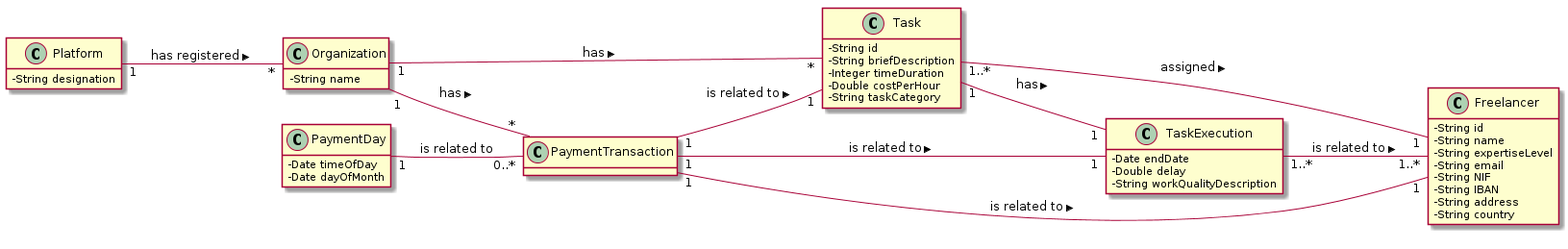
pedrolemos4/LAPR2 keeps this PlantUML diagram as docs/UC10 - Notify delayed freelancers (automatically)/UC10_MD.png. Above is the earlier version.
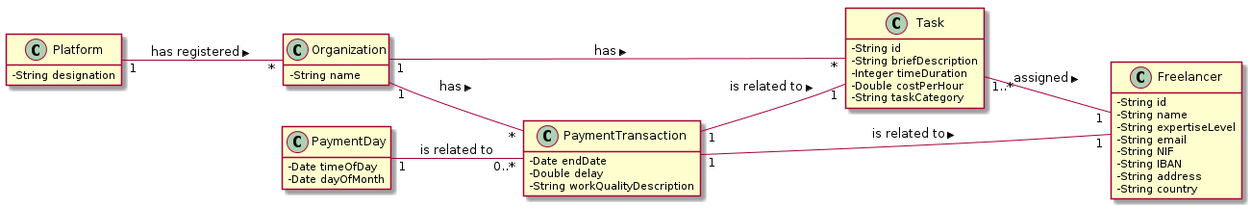
The same file after the commit.

Change to the diagram source:
```diff
@@ -30,13 +30,10 @@
  -String taskCategory
 }
 
-class TaskExecution {
+class PaymentTransaction{
  -Date endDate
  -Double delay
  -String workQualityDescription
-}
-
-class PaymentTransaction{
 }
 
 class PaymentDay {
@@ -51,11 +48,7 @@
 
 PaymentTransaction "1" -- "1" Freelancer: is related to >
 PaymentTransaction "1" -- "1" Task: is related to >
-PaymentTransaction "1" -- "1" TaskExecution: is related to >
 
-TaskExecution "1..*" -- "1..*" Freelancer : is related to >
-
-Task "1" -- "1" TaskExecution: has >
 Task "1..*" -- "1" Freelancer: assigned >
 
 PaymentDay "1" -- "0..*" PaymentTransaction : is related to
```
